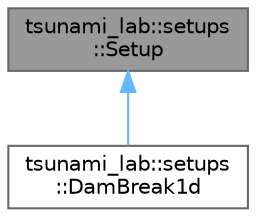
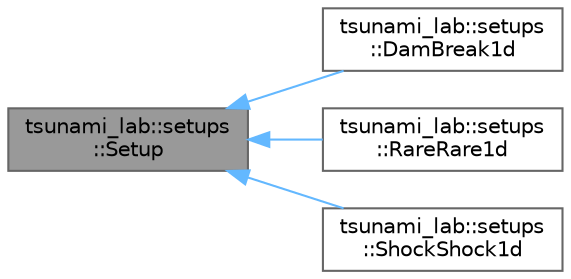
digraph "tsunami_lab::setups::Setup"
{
 // LATEX_PDF_SIZE
  bgcolor="transparent";
  edge [fontname=Helvetica,fontsize=10,labelfontname=Helvetica,labelfontsize=10];
  node [fontname=Helvetica,fontsize=10,shape=box,height=0.2,width=0.4];
+   rankdir="LR";
  Node1 [id="Node000001",label="tsunami_lab::setups\l::Setup",height=0.2,width=0.4,color="gray40", fillcolor="grey60", style="filled", fontcolor="black",tooltip=" "];
  Node1 -> Node2 [id="edge1_Node000001_Node000002",dir="back",color="steelblue1",style="solid",tooltip=" "];
  Node2 [id="Node000002",label="tsunami_lab::setups\l::DamBreak1d",height=0.2,width=0.4,color="gray40", fillcolor="white", style="filled",URL="$classtsunami__lab_1_1setups_1_1DamBreak1d.html",tooltip=" "];
+   Node1 -> Node3 [id="edge2_Node000001_Node000003",dir="back",color="steelblue1",style="solid",tooltip=" "];
+   Node3 [id="Node000003",label="tsunami_lab::setups\l::RareRare1d",height=0.2,width=0.4,color="gray40", fillcolor="white", style="filled",URL="$classtsunami__lab_1_1setups_1_1RareRare1d.html",tooltip=" "];
+   Node1 -> Node4 [id="edge3_Node000001_Node000004",dir="back",color="steelblue1",style="solid",tooltip=" "];
+   Node4 [id="Node000004",label="tsunami_lab::setups\l::ShockShock1d",height=0.2,width=0.4,color="gray40", fillcolor="white", style="filled",URL="$classtsunami__lab_1_1setups_1_1ShockShock1d.html",tooltip=" "];
}
